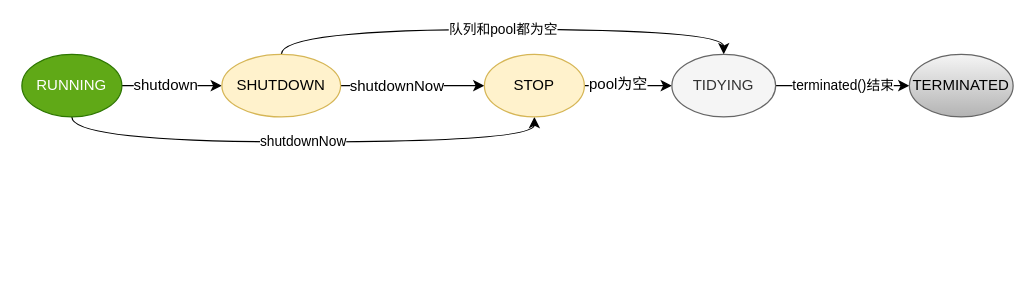
This is 51cto_jcp_threadpoolexecutor.drawio from bluefantasy2014/draw.io, a draw.io file, before an edit. Source tidied: cells renumbered, new cells numbered last; positions are measured from the earlier drawing's top-left corner, leaving out a move shared by most shapes. Both pictures are drawn from the tidied source at 125%, with x=0, y=0 at pixel (21, 54).
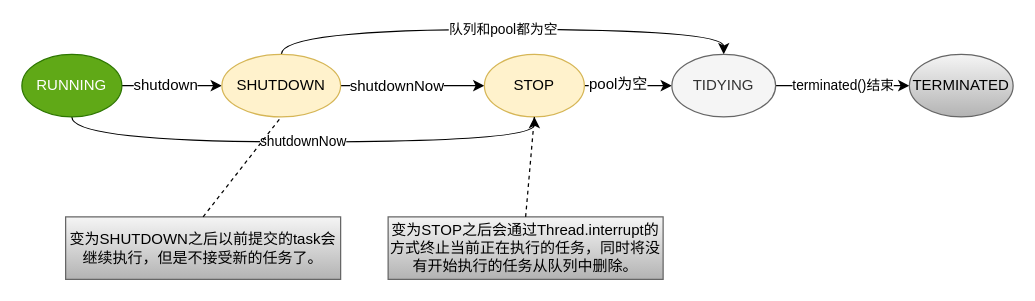
Above is the later version.

Diff of the diagram source:
```diff
@@
 <mxGraphModel>
   <root>
     <mxCell id="0" />
     <mxCell id="1" parent="0" />
     <mxCell id="2" style="edgeStyle=orthogonalEdgeStyle;rounded=0;jettySize=auto;html=1;exitX=1;exitY=0.5;exitDx=0;exitDy=0;entryX=0;entryY=0.5;entryDx=0;entryDy=0;" parent="1" edge="1" source="5" target="9">
       <mxGeometry relative="1" as="geometry" />
     </mxCell>
     <mxCell id="3" value="shutdown" style="text;html=1;align=center;verticalAlign=middle;labelBackgroundColor=#ffffff;" parent="2" vertex="1">
       <mxGeometry x="-0.14" y="1" relative="1" as="geometry" />
     </mxCell>
     <mxCell id="4" value="shutdownNow" style="edgeStyle=orthogonalEdgeStyle;curved=1;rounded=0;jettySize=auto;html=1;exitX=0.5;exitY=1;exitDx=0;exitDy=0;entryX=0.5;entryY=1;entryDx=0;entryDy=0;" parent="1" edge="1" source="5" target="12">
       <mxGeometry relative="1" as="geometry" />
     </mxCell>
     <mxCell id="5" value="RUNNING" style="ellipse;whiteSpace=wrap;html=1;fillColor=#60a917;strokeColor=#2D7600;fontColor=#ffffff;" parent="1" vertex="1">
       <mxGeometry width="80" height="50" as="geometry" />
     </mxCell>
     <mxCell id="6" style="edgeStyle=orthogonalEdgeStyle;rounded=0;jettySize=auto;html=1;exitX=1;exitY=0.5;exitDx=0;exitDy=0;entryX=0;entryY=0.5;entryDx=0;entryDy=0;" parent="1" edge="1" source="9" target="12">
       <mxGeometry relative="1" as="geometry" />
     </mxCell>
     <mxCell id="7" value="shutdownNow" style="text;html=1;align=center;verticalAlign=middle;labelBackgroundColor=#ffffff;" parent="6" vertex="1">
       <mxGeometry x="-0.24" relative="1" as="geometry" />
     </mxCell>
     <mxCell id="8" value="队列和pool都为空" style="edgeStyle=orthogonalEdgeStyle;curved=1;rounded=0;jettySize=auto;html=1;exitX=0.5;exitY=0;exitDx=0;exitDy=0;entryX=0.5;entryY=0;entryDx=0;entryDy=0;" parent="1" edge="1" source="9" target="14">
       <mxGeometry relative="1" as="geometry" />
     </mxCell>
     <mxCell id="9" value="SHUTDOWN" style="ellipse;whiteSpace=wrap;html=1;fillColor=#fff2cc;strokeColor=#d6b656;" parent="1" vertex="1">
       <mxGeometry x="160" width="95" height="50" as="geometry" />
     </mxCell>
     <mxCell id="10" style="edgeStyle=orthogonalEdgeStyle;curved=1;rounded=0;jettySize=auto;html=1;exitX=1;exitY=0.5;exitDx=0;exitDy=0;entryX=0;entryY=0.5;entryDx=0;entryDy=0;" parent="1" edge="1" source="12" target="14">
       <mxGeometry relative="1" as="geometry" />
     </mxCell>
     <mxCell id="11" value="pool为空" style="text;html=1;align=center;verticalAlign=middle;labelBackgroundColor=#ffffff;" parent="10" vertex="1">
       <mxGeometry x="-0.26" y="2" relative="1" as="geometry" />
     </mxCell>
     <mxCell id="12" value="STOP" style="ellipse;whiteSpace=wrap;html=1;fillColor=#fff2cc;strokeColor=#d6b656;" parent="1" vertex="1">
       <mxGeometry x="370" width="80" height="50" as="geometry" />
     </mxCell>
     <mxCell id="13" value="terminated()结束" style="edgeStyle=orthogonalEdgeStyle;curved=1;rounded=0;jettySize=auto;html=1;exitX=1;exitY=0.5;exitDx=0;exitDy=0;" parent="1" edge="1" source="14" target="15">
       <mxGeometry relative="1" as="geometry" />
     </mxCell>
     <mxCell id="14" value="TIDYING" style="ellipse;whiteSpace=wrap;html=1;fillColor=#f5f5f5;strokeColor=#666666;fontColor=#333333;" parent="1" vertex="1">
       <mxGeometry x="520" width="83" height="50" as="geometry" />
     </mxCell>
     <mxCell id="15" value="TERMINATED" style="ellipse;whiteSpace=wrap;html=1;gradientColor=#b3b3b3;fillColor=#f5f5f5;strokeColor=#666666;" parent="1" vertex="1">
       <mxGeometry x="710" width="83" height="50" as="geometry" />
     </mxCell>
+    <mxCell id="16" value="变为SHUTDOWN之后以前提交的task会继续执行，但是不接受新的任务了。" style="text;html=1;align=center;verticalAlign=middle;whiteSpace=wrap;rounded=0;gradientColor=#b3b3b3;fillColor=#f5f5f5;strokeColor=#666666;" parent="1" vertex="1">
+      <mxGeometry x="35" y="130" width="220" height="50" as="geometry" />
+    </mxCell>
+    <mxCell id="17" style="endArrow=none;dashed=1;html=1;exitX=0.5;exitY=0;exitDx=0;exitDy=0;entryX=0.5;entryY=1;entryDx=0;entryDy=0;" parent="1" edge="1" source="16" target="9">
+      <mxGeometry relative="1" as="geometry" />
+    </mxCell>
+    <mxCell id="18" value="变为STOP之后会通过Thread.interrupt的方式终止当前正在执行的任务，同时将没有开始执行的任务从队列中删除。" style="text;html=1;strokeColor=#666666;fillColor=#f5f5f5;align=center;verticalAlign=middle;whiteSpace=wrap;rounded=0;gradientColor=#b3b3b3;" parent="1" vertex="1">
+      <mxGeometry x="293" y="130" width="220" height="50" as="geometry" />
+    </mxCell>
+    <mxCell id="19" style="endArrow=none;dashed=1;html=1;exitX=0.5;exitY=0;exitDx=0;exitDy=0;entryX=0.5;entryY=1;entryDx=0;entryDy=0;" parent="1" edge="1" source="18" target="12">
+      <mxGeometry relative="1" as="geometry" />
+    </mxCell>
   </root>
 </mxGraphModel>
```
